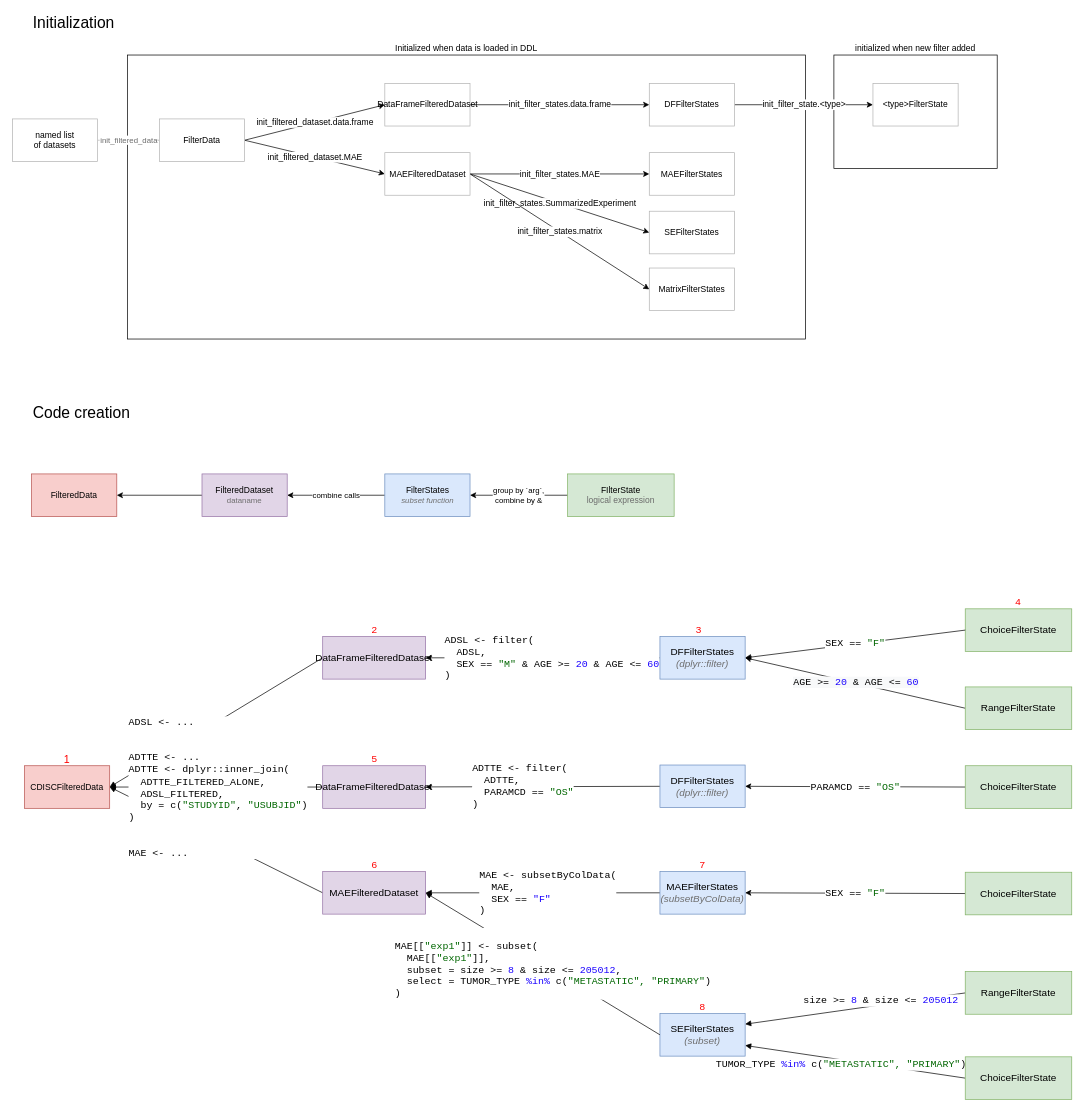
Above: inst/UMLs/filter_panel.drawio in insightsengineering/teal.slice (draw.io), before the change. Source tidied: cells renumbered, new cells numbered last; positions are measured from the earlier drawing's top-left corner, leaving out a move shared by most shapes. Both pictures are drawn from the tidied source at 71%, with x=0, y=0 at pixel (12, 12).
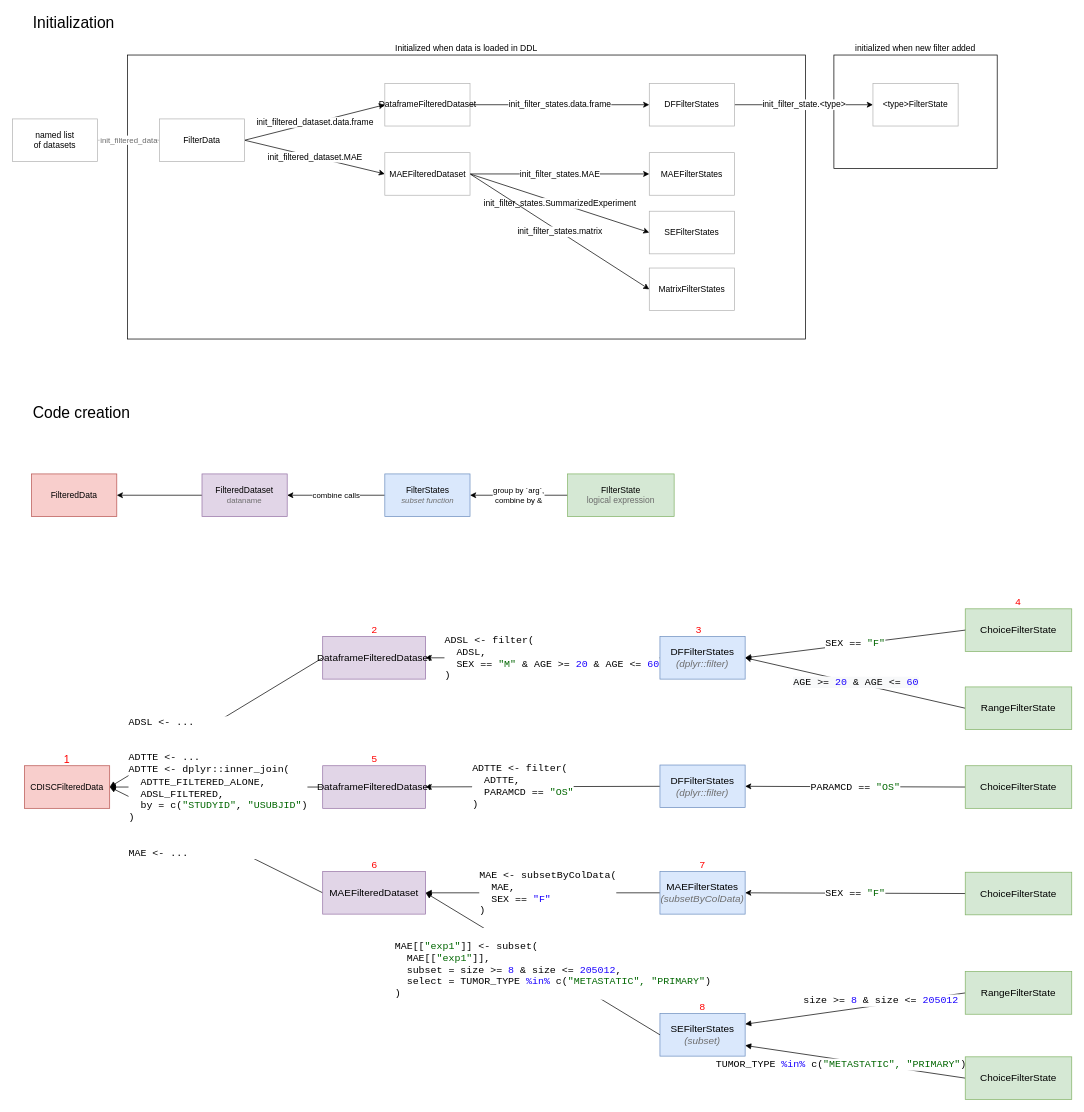
After the change.

The edit, as a diff of the source:
```diff
@@
-    <mxCell id="10" value="DataFrameFilteredDataset" style="rounded=0;whiteSpace=wrap;html=1;fontFamily=Helvetica;fontSize=12;strokeColor=#B3B3B3;" parent="1" vertex="1">
+    <mxCell id="10" value="DataframeFilteredDataset" style="rounded=0;whiteSpace=wrap;html=1;fontFamily=Helvetica;fontSize=12;strokeColor=#B3B3B3;" parent="1" vertex="1">
       <mxGeometry x="524.5" y="100" width="120" height="60" as="geometry" />
     </mxCell>
@@
-    <mxCell id="27" value="DataFrameFilteredDataset" style="rounded=0;whiteSpace=wrap;html=1;fillColor=#e1d5e7;strokeColor=#9673a6;fontSize=14;" parent="1" vertex="1">
+    <mxCell id="27" value="DataframeFilteredDataset" style="rounded=0;whiteSpace=wrap;html=1;fillColor=#e1d5e7;strokeColor=#9673a6;fontSize=14;" parent="1" vertex="1">
       <mxGeometry x="437" y="879" width="145" height="60" as="geometry" />
     </mxCell>
@@
-    <mxCell id="33" value="DataFrameFilteredDataset" style="rounded=0;whiteSpace=wrap;html=1;fillColor=#e1d5e7;strokeColor=#9673a6;fontSize=14;" parent="1" vertex="1">
+    <mxCell id="33" value="DataframeFilteredDataset" style="rounded=0;whiteSpace=wrap;html=1;fillColor=#e1d5e7;strokeColor=#9673a6;fontSize=14;" parent="1" vertex="1">
       <mxGeometry x="437" y="1061" width="145" height="60" as="geometry" />
     </mxCell>
```
